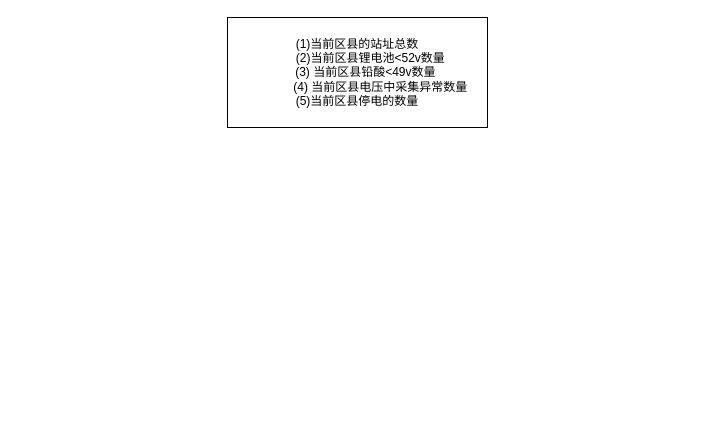
The draw.io diagram 未命名绘图.drawio in claa/picb, before the edit. Source tidied: cells renumbered, new cells numbered last; positions are measured from the earlier drawing's top-left corner, leaving out a move shared by most shapes. Both pictures are drawn from the tidied source at 100%, with x=0, y=0 at pixel (227, 17).
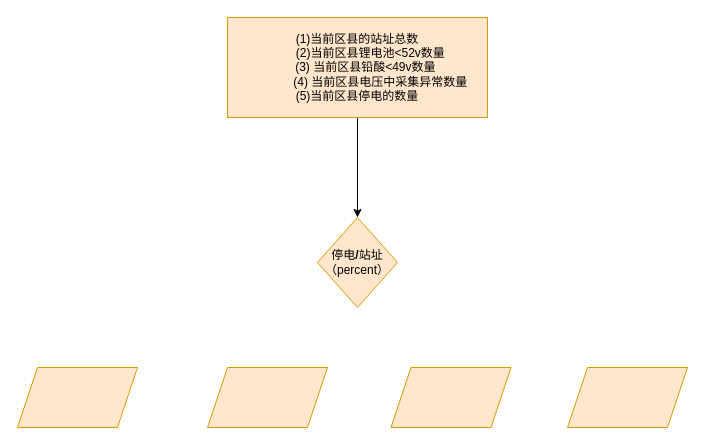
The same diagram, later.

Commit message:
更新未命名绘图.drawio

What changed in the source:
```diff
@@
 <mxGraphModel>
   <root>
     <mxCell id="0" />
     <mxCell id="1" parent="0" />
+    <mxCell id="3" style="edgeStyle=orthogonalEdgeStyle;rounded=0;jettySize=auto;html=1;" parent="1" edge="1" source="2" target="4">
+      <mxGeometry relative="1" as="geometry" />
+    </mxCell>
-    <mxCell id="2" value="(1)当前区县的站址总数&lt;br&gt;&amp;nbsp; &amp;nbsp; &amp;nbsp; &amp;nbsp; (2)当前区县锂电池&amp;lt;52v数量&lt;br&gt;&amp;nbsp; &amp;nbsp; &amp;nbsp;(3) 当前区县铅酸&amp;lt;49v数量&lt;br&gt;&amp;nbsp; &amp;nbsp; &amp;nbsp; &amp;nbsp; &amp;nbsp; &amp;nbsp; &amp;nbsp; (4) 当前区县电压中采集异常数量&lt;br&gt;(5)当前区县停电的数量" style="rounded=0;whiteSpace=wrap;html=1;" parent="1" vertex="1">
-      <mxGeometry width="260" height="110" as="geometry" />
+    <mxCell id="2" value="(1)当前区县的站址总数&lt;br&gt;&amp;nbsp; &amp;nbsp; &amp;nbsp; &amp;nbsp; (2)当前区县锂电池&amp;lt;52v数量&lt;br&gt;&amp;nbsp; &amp;nbsp; &amp;nbsp;(3) 当前区县铅酸&amp;lt;49v数量&lt;br&gt;&amp;nbsp; &amp;nbsp; &amp;nbsp; &amp;nbsp; &amp;nbsp; &amp;nbsp; &amp;nbsp; (4) 当前区县电压中采集异常数量&lt;br&gt;(5)当前区县停电的数量" style="rounded=0;whiteSpace=wrap;html=1;fillColor=#ffe6cc;strokeColor=#d79b00;" parent="1" vertex="1">
+      <mxGeometry width="260" height="100" as="geometry" />
     </mxCell>
+    <mxCell id="4" value="停电&lt;b&gt;/&lt;/b&gt;站址&lt;br&gt;（percent）" style="rhombus;whiteSpace=wrap;html=1;fillColor=#ffe6cc;strokeColor=#d79b00;" parent="1" vertex="1">
+      <mxGeometry x="90" y="200" width="80" height="90" as="geometry" />
+    </mxCell>
+    <mxCell id="5" style="shape=parallelogram;perimeter=parallelogramPerimeter;whiteSpace=wrap;html=1;fixedSize=1;fillColor=#ffe6cc;strokeColor=#d79b00;" parent="1" vertex="1">
+      <mxGeometry x="-210" y="350" width="120" height="60" as="geometry" />
+    </mxCell>
+    <mxCell id="6" style="shape=parallelogram;perimeter=parallelogramPerimeter;whiteSpace=wrap;html=1;fixedSize=1;fillColor=#ffe6cc;strokeColor=#d79b00;" parent="1" vertex="1">
+      <mxGeometry x="-20" y="350" width="120" height="60" as="geometry" />
+    </mxCell>
+    <mxCell id="7" style="shape=parallelogram;perimeter=parallelogramPerimeter;whiteSpace=wrap;html=1;fixedSize=1;fillColor=#ffe6cc;strokeColor=#d79b00;" parent="1" vertex="1">
+      <mxGeometry x="163.5" y="350" width="120" height="60" as="geometry" />
+    </mxCell>
+    <mxCell id="8" style="shape=parallelogram;perimeter=parallelogramPerimeter;whiteSpace=wrap;html=1;fixedSize=1;fillColor=#ffe6cc;strokeColor=#d79b00;" parent="1" vertex="1">
+      <mxGeometry x="340" y="350" width="120" height="60" as="geometry" />
+    </mxCell>
   </root>
 </mxGraphModel>
```
